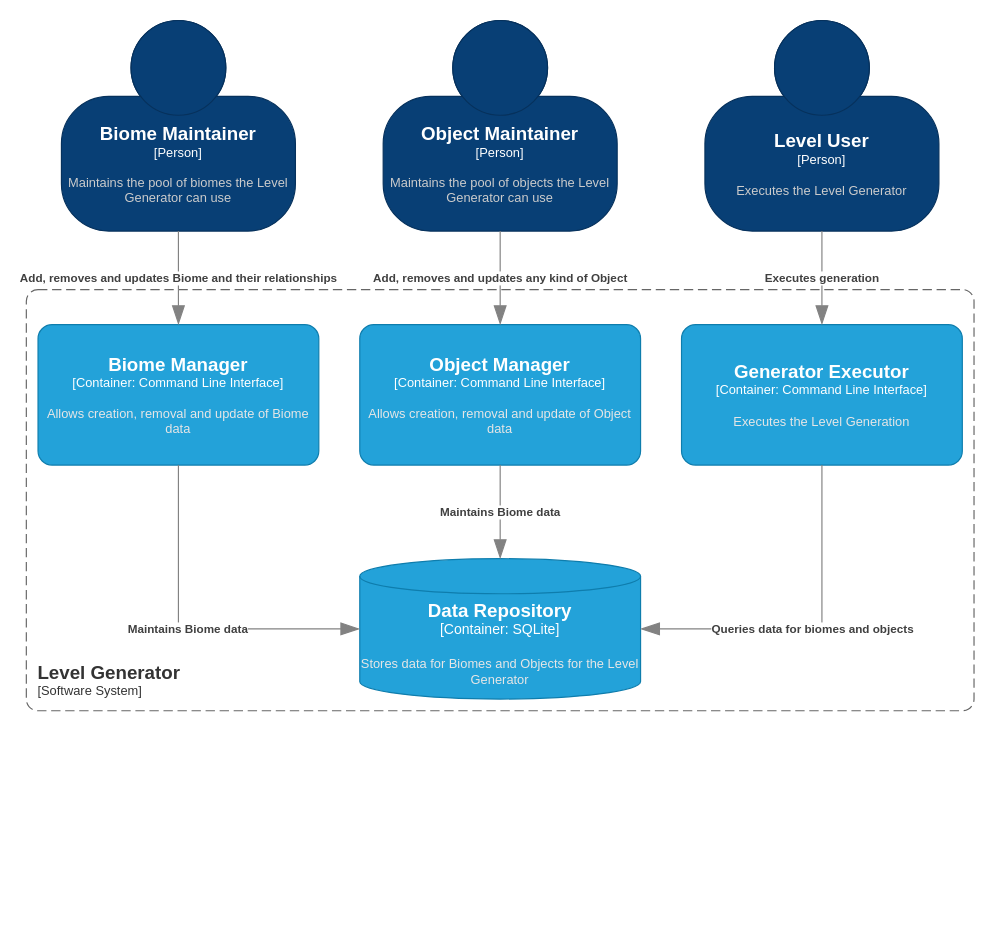
Before: page "Container" (2 of 2) of architecture/diagrams/level-generator.drawio in zeh-almeida/level-generator, a draw.io diagram. Source tidied: cells renumbered, new cells numbered last; positions are measured from the earlier drawing's top-left corner, leaving out a move shared by most shapes. Both pictures are drawn from the tidied source at 117%, with x=0, y=0 at pixel (26, 20).
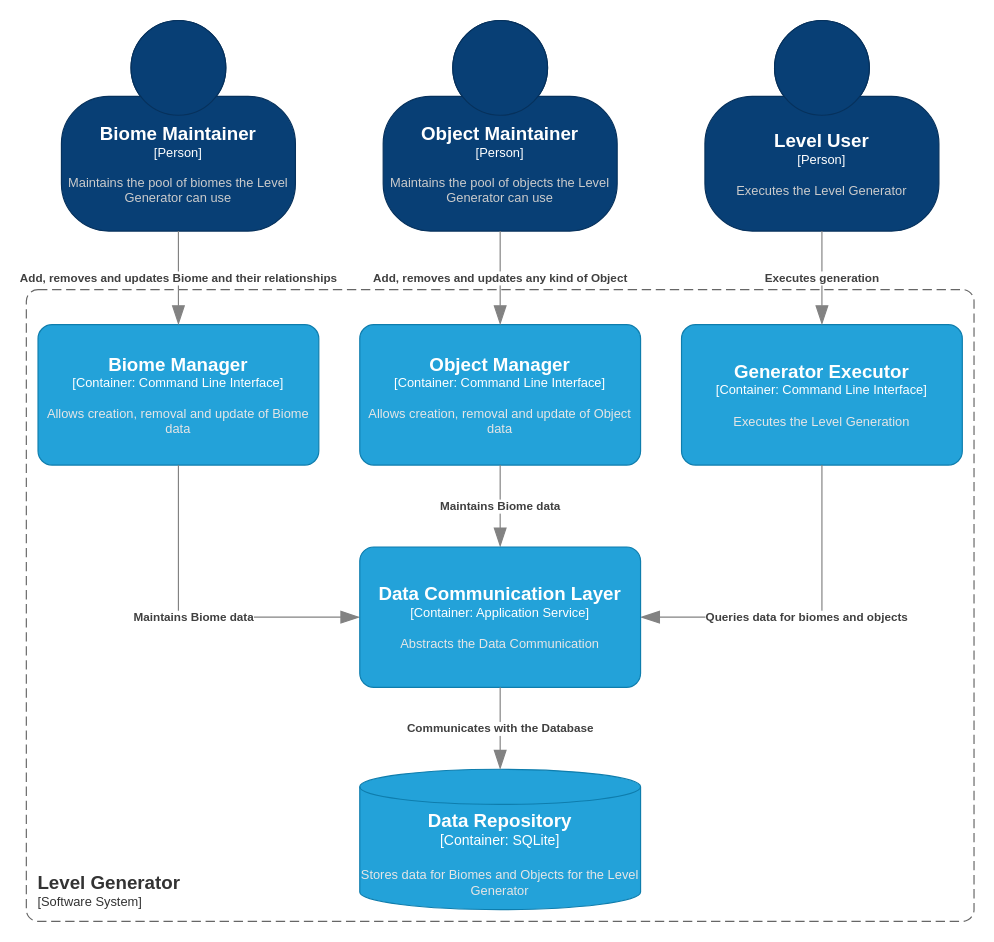
After the change.

Commit message (it also covers changes not shown here):
Improvements to the container diagram

Unchanged cells that the change refers to:
```xml
<object id="6" label="&lt;font style=&quot;font-size: 16px&quot;&gt;&lt;b&gt;%c4Name%&lt;/b&gt;&lt;/font&gt;&lt;div&gt;[%c4Type%: %c4Technology%]&lt;/div&gt;&lt;br&gt;&lt;div&gt;&lt;font style=&quot;font-size: 11px&quot;&gt;&lt;font color=&quot;#E6E6E6&quot;&gt;%c4Description%&lt;/font&gt;&lt;/div&gt;" c4Description="Allows creation, removal and update of Biome data" c4Name="Biome Manager" c4Technology="Command Line Interface" c4Type="Container" placeholders="1">
  <mxCell style="rounded=1;whiteSpace=wrap;html=1;fontSize=11;labelBackgroundColor=none;fillColor=#23A2D9;fontColor=#ffffff;align=center;arcSize=10;strokeColor=#0E7DAD;points=[[0.25,0,0],[0.5,0,0],[0.75,0,0],[1,0.25,0],[1,0.5,0],[1,0.75,0],[0.75,1,0],[0.5,1,0],[0.25,1,0],[0,0.75,0],[0,0.5,0],[0,0.25,0]];" parent="1" vertex="1">
    <mxGeometry x="10" y="260" width="240" height="120" as="geometry" />
  </mxCell>
</object>
<object id="7" label="&lt;font style=&quot;font-size: 16px&quot;&gt;&lt;b&gt;%c4Name%&lt;/b&gt;&lt;/font&gt;&lt;div&gt;[%c4Type%: %c4Technology%]&lt;/div&gt;&lt;br&gt;&lt;div&gt;&lt;font style=&quot;font-size: 11px&quot;&gt;&lt;font color=&quot;#E6E6E6&quot;&gt;%c4Description%&lt;/font&gt;&lt;/div&gt;" c4Description="Allows creation, removal and update of Object data" c4Name="Object Manager" c4Technology="Command Line Interface" c4Type="Container" placeholders="1">
  <mxCell style="rounded=1;whiteSpace=wrap;html=1;fontSize=11;labelBackgroundColor=none;fillColor=#23A2D9;fontColor=#ffffff;align=center;arcSize=10;strokeColor=#0E7DAD;points=[[0.25,0,0],[0.5,0,0],[0.75,0,0],[1,0.25,0],[1,0.5,0],[1,0.75,0],[0.75,1,0],[0.5,1,0],[0.25,1,0],[0,0.75,0],[0,0.5,0],[0,0.25,0]];" parent="1" vertex="1">
    <mxGeometry x="285" y="260" width="240" height="120" as="geometry" />
  </mxCell>
</object>
<object id="8" label="&lt;font style=&quot;font-size: 16px&quot;&gt;&lt;b&gt;%c4Name%&lt;/b&gt;&lt;/font&gt;&lt;div&gt;[%c4Type%: %c4Technology%]&lt;/div&gt;&lt;br&gt;&lt;div&gt;&lt;font style=&quot;font-size: 11px&quot;&gt;&lt;font color=&quot;#E6E6E6&quot;&gt;%c4Description%&lt;/font&gt;&lt;/div&gt;" c4Description="Executes the Level Generation" c4Name="Generator Executor" c4Technology="Command Line Interface" c4Type="Container" placeholders="1">
  <mxCell style="rounded=1;whiteSpace=wrap;html=1;fontSize=11;labelBackgroundColor=none;fillColor=#23A2D9;fontColor=#ffffff;align=center;arcSize=10;strokeColor=#0E7DAD;points=[[0.25,0,0],[0.5,0,0],[0.75,0,0],[1,0.25,0],[1,0.5,0],[1,0.75,0],[0.75,1,0],[0.5,1,0],[0.25,1,0],[0,0.75,0],[0,0.5,0],[0,0.25,0]];" parent="1" vertex="1">
    <mxGeometry x="560" y="260" width="240" height="120" as="geometry" />
  </mxCell>
</object>
```

Change to the diagram source:
```diff
@@
     <object id="5" label="&lt;font style=&quot;font-size: 16px&quot;&gt;&lt;b&gt;&lt;div style=&quot;text-align: left&quot;&gt;%c4Name%&lt;/div&gt;&lt;/b&gt;&lt;/font&gt;&lt;div style=&quot;text-align: left&quot;&gt;[%c4Application%]&lt;/div&gt;" c4Application="Software System" c4Name="Level Generator" placeholders="1">
       <mxCell style="rounded=1;fontSize=11;whiteSpace=wrap;html=1;dashed=1;arcSize=20;fillColor=none;strokeColor=#666666;fontColor=#333333;labelBackgroundColor=none;align=left;verticalAlign=bottom;labelBorderColor=none;spacingTop=0;spacing=10;dashPattern=8 4;perimeter=rectanglePerimeter;noLabel=0;labelPadding=0;absoluteArcSize=1;" parent="1" vertex="1">
-        <mxGeometry y="230" width="810" height="360" as="geometry" />
+        <mxGeometry y="230" width="810" height="540" as="geometry" />
       </mxCell>
     </object>
@@
     <object id="12" label="&lt;font style=&quot;font-size: 16px&quot;&gt;&lt;b&gt;%c4Type%&lt;/b&gt;&lt;/font&gt;&lt;div&gt;[%c4Container%:&amp;nbsp;%c4Technology%]&lt;/div&gt;&lt;br&gt;&lt;div&gt;&lt;font style=&quot;font-size: 11px&quot;&gt;&lt;font color=&quot;#E6E6E6&quot;&gt;%c4Description%&lt;/font&gt;&lt;/div&gt;" c4Container="Container" c4Description="Stores data for Biomes and Objects for the Level Generator" c4Technology="SQLite" c4Type="Data Repository" placeholders="1">
       <mxCell style="shape=cylinder3;size=15;whiteSpace=wrap;html=1;boundedLbl=1;rounded=0;labelBackgroundColor=none;fillColor=#23A2D9;fontSize=12;fontColor=#ffffff;align=center;strokeColor=#0E7DAD;points=[[0.5,0,0],[1,0.25,0],[1,0.5,0],[1,0.75,0],[0.5,1,0],[0,0.75,0],[0,0.5,0],[0,0.25,0]];" parent="1" vertex="1">
-        <mxGeometry x="285" y="460" width="240" height="120" as="geometry" />
+        <mxGeometry x="285" y="640" width="240" height="120" as="geometry" />
       </mxCell>
     </object>
     <object id="13" label="&lt;div style=&quot;text-align: left&quot;&gt;&lt;div style=&quot;text-align: center&quot;&gt;&lt;b&gt;%c4Description%&lt;/b&gt;&lt;/div&gt;" c4Description="Maintains Biome data" placeholders="1">
-      <mxCell style="endArrow=blockThin;html=1;fontSize=10;fontColor=#404040;strokeWidth=1;endFill=1;strokeColor=#828282;elbow=vertical;endSize=14;startSize=14;jumpStyle=arc;jumpSize=16;rounded=0;edgeStyle=orthogonalEdgeStyle;exitX=0.5;exitY=1;exitDx=0;exitDy=0;exitPerimeter=0;entryX=0;entryY=0.5;entryDx=0;entryDy=0;entryPerimeter=0;" parent="1" edge="1" source="6" target="12">
+      <mxCell style="endArrow=blockThin;html=1;fontSize=10;fontColor=#404040;strokeWidth=1;endFill=1;strokeColor=#828282;elbow=vertical;endSize=14;startSize=14;jumpStyle=arc;jumpSize=16;rounded=0;edgeStyle=orthogonalEdgeStyle;exitX=0.5;exitY=1;exitDx=0;exitDy=0;exitPerimeter=0;entryX=0;entryY=0.5;entryDx=0;entryDy=0;entryPerimeter=0;" parent="1" edge="1" source="6" target="16">
         <mxGeometry relative="1" as="geometry" />
       </mxCell>
     </object>
     <object id="14" label="&lt;div style=&quot;text-align: left&quot;&gt;&lt;div style=&quot;text-align: center&quot;&gt;&lt;b&gt;%c4Description%&lt;/b&gt;&lt;/div&gt;" c4Description="Queries data for biomes and objects" placeholders="1">
-      <mxCell style="endArrow=blockThin;html=1;fontSize=10;fontColor=#404040;strokeWidth=1;endFill=1;strokeColor=#828282;elbow=vertical;endSize=14;startSize=14;jumpStyle=arc;jumpSize=16;rounded=0;edgeStyle=orthogonalEdgeStyle;exitX=0.5;exitY=1;exitDx=0;exitDy=0;exitPerimeter=0;entryX=1;entryY=0.5;entryDx=0;entryDy=0;entryPerimeter=0;" parent="1" edge="1" source="8" target="12">
+      <mxCell style="endArrow=blockThin;html=1;fontSize=10;fontColor=#404040;strokeWidth=1;endFill=1;strokeColor=#828282;elbow=vertical;endSize=14;startSize=14;jumpStyle=arc;jumpSize=16;rounded=0;edgeStyle=orthogonalEdgeStyle;exitX=0.5;exitY=1;exitDx=0;exitDy=0;exitPerimeter=0;entryX=1;entryY=0.5;entryDx=0;entryDy=0;entryPerimeter=0;" parent="1" edge="1" source="8" target="16">
         <mxGeometry relative="1" as="geometry" />
       </mxCell>
     </object>
     <object id="15" label="&lt;div style=&quot;text-align: left&quot;&gt;&lt;div style=&quot;text-align: center&quot;&gt;&lt;b&gt;%c4Description%&lt;/b&gt;&lt;/div&gt;" c4Description="Maintains Biome data" placeholders="1">
-      <mxCell style="endArrow=blockThin;html=1;fontSize=10;fontColor=#404040;strokeWidth=1;endFill=1;strokeColor=#828282;elbow=vertical;endSize=14;startSize=14;jumpStyle=arc;jumpSize=16;rounded=0;edgeStyle=orthogonalEdgeStyle;exitX=0.5;exitY=1;exitDx=0;exitDy=0;exitPerimeter=0;entryX=0.5;entryY=0;entryDx=0;entryDy=0;entryPerimeter=0;" parent="1" edge="1" source="7" target="12">
+      <mxCell style="endArrow=blockThin;html=1;fontSize=10;fontColor=#404040;strokeWidth=1;endFill=1;strokeColor=#828282;elbow=vertical;endSize=14;startSize=14;jumpStyle=arc;jumpSize=16;rounded=0;edgeStyle=orthogonalEdgeStyle;exitX=0.5;exitY=1;exitDx=0;exitDy=0;exitPerimeter=0;entryX=0.5;entryY=0;entryDx=0;entryDy=0;entryPerimeter=0;" parent="1" edge="1" source="7" target="16">
         <mxGeometry relative="1" as="geometry" />
       </mxCell>
     </object>
+    <object id="16" label="&lt;font style=&quot;font-size: 16px&quot;&gt;&lt;b&gt;%c4Name%&lt;/b&gt;&lt;/font&gt;&lt;div&gt;[%c4Type%: %c4Technology%]&lt;/div&gt;&lt;br&gt;&lt;div&gt;&lt;font style=&quot;font-size: 11px&quot;&gt;&lt;font color=&quot;#E6E6E6&quot;&gt;%c4Description%&lt;/font&gt;&lt;/div&gt;" c4Description="Abstracts the Data Communication" c4Name="Data Communication Layer" c4Technology="Application Service" c4Type="Container" placeholders="1">
+      <mxCell style="rounded=1;whiteSpace=wrap;html=1;fontSize=11;labelBackgroundColor=none;fillColor=#23A2D9;fontColor=#ffffff;align=center;arcSize=10;strokeColor=#0E7DAD;points=[[0.25,0,0],[0.5,0,0],[0.75,0,0],[1,0.25,0],[1,0.5,0],[1,0.75,0],[0.75,1,0],[0.5,1,0],[0.25,1,0],[0,0.75,0],[0,0.5,0],[0,0.25,0]];" parent="1" vertex="1">
+        <mxGeometry x="285" y="450" width="240" height="120" as="geometry" />
+      </mxCell>
+    </object>
+    <object id="17" label="&lt;div style=&quot;text-align: left&quot;&gt;&lt;div style=&quot;text-align: center&quot;&gt;&lt;b&gt;%c4Description%&lt;/b&gt;&lt;/div&gt;" c4Description="Communicates with the Database" placeholders="1">
+      <mxCell style="endArrow=blockThin;html=1;fontSize=10;fontColor=#404040;strokeWidth=1;endFill=1;strokeColor=#828282;elbow=vertical;endSize=14;startSize=14;jumpStyle=arc;jumpSize=16;rounded=0;edgeStyle=orthogonalEdgeStyle;exitX=0.5;exitY=1;exitDx=0;exitDy=0;exitPerimeter=0;" parent="1" edge="1" source="16" target="12">
+        <mxGeometry relative="1" as="geometry" />
+      </mxCell>
+    </object>
```
